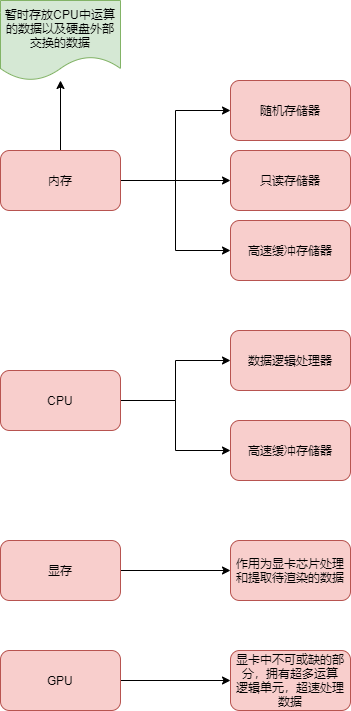
Earlier version of the draw.io export 未命名绘图.drawio.png (nikeoboy/mahjong). Source tidied: cells renumbered, new cells last; positions are measured from the earlier drawing's top-left corner, leaving out a move shared by most shapes.
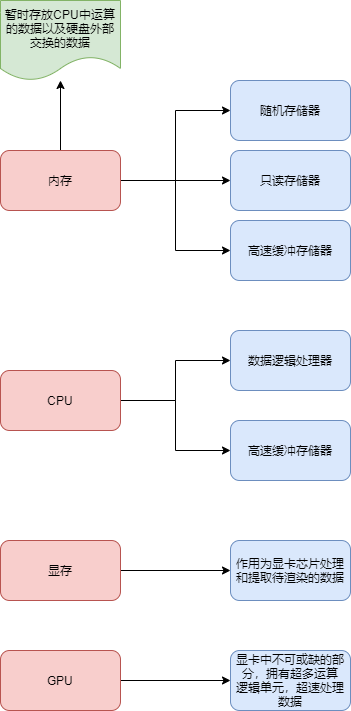
Later version of the same file.

Commit message:
更新未命名绘图.drawio.png

Change to the diagram source:
```diff
@@ -17,13 +17,13 @@
     <mxCell id="6" value="内存" style="rounded=1;whiteSpace=wrap;html=1;fillColor=#f8cecc;strokeColor=#b85450;" parent="1" vertex="1">
       <mxGeometry y="150" width="120" height="60" as="geometry" />
     </mxCell>
-    <mxCell id="7" value="随机存储器" style="rounded=1;whiteSpace=wrap;html=1;fillColor=#f8cecc;strokeColor=#b85450;" parent="1" vertex="1">
+    <mxCell id="7" value="随机存储器" style="rounded=1;whiteSpace=wrap;html=1;fillColor=#dae8fc;strokeColor=#6c8ebf;" parent="1" vertex="1">
       <mxGeometry x="230" y="80" width="120" height="60" as="geometry" />
     </mxCell>
-    <mxCell id="8" value="只读存储器" style="rounded=1;whiteSpace=wrap;html=1;fillColor=#f8cecc;strokeColor=#b85450;" parent="1" vertex="1">
+    <mxCell id="8" value="只读存储器" style="rounded=1;whiteSpace=wrap;html=1;fillColor=#dae8fc;strokeColor=#6c8ebf;" parent="1" vertex="1">
       <mxGeometry x="230" y="150" width="120" height="60" as="geometry" />
     </mxCell>
-    <mxCell id="9" value="高速缓冲存储器" style="rounded=1;whiteSpace=wrap;html=1;fillColor=#f8cecc;strokeColor=#b85450;" parent="1" vertex="1">
+    <mxCell id="9" value="高速缓冲存储器" style="rounded=1;whiteSpace=wrap;html=1;fillColor=#dae8fc;strokeColor=#6c8ebf;" parent="1" vertex="1">
       <mxGeometry x="230" y="220" width="120" height="60" as="geometry" />
     </mxCell>
     <mxCell id="10" style="edgeStyle=orthogonalEdgeStyle;rounded=0;jettySize=auto;html=1;" parent="1" edge="1" source="12" target="13">
@@ -35,10 +35,10 @@
     <mxCell id="12" value="CPU" style="rounded=1;whiteSpace=wrap;html=1;fillColor=#f8cecc;strokeColor=#b85450;" parent="1" vertex="1">
       <mxGeometry y="370" width="120" height="60" as="geometry" />
     </mxCell>
-    <mxCell id="13" value="数据逻辑处理器" style="rounded=1;whiteSpace=wrap;html=1;fillColor=#f8cecc;strokeColor=#b85450;" parent="1" vertex="1">
+    <mxCell id="13" value="数据逻辑处理器" style="rounded=1;whiteSpace=wrap;html=1;fillColor=#dae8fc;strokeColor=#6c8ebf;" parent="1" vertex="1">
       <mxGeometry x="230" y="330" width="120" height="60" as="geometry" />
     </mxCell>
-    <mxCell id="14" value="高速缓冲存储器" style="rounded=1;whiteSpace=wrap;html=1;fillColor=#f8cecc;strokeColor=#b85450;" parent="1" vertex="1">
+    <mxCell id="14" value="高速缓冲存储器" style="rounded=1;whiteSpace=wrap;html=1;fillColor=#dae8fc;strokeColor=#6c8ebf;" parent="1" vertex="1">
       <mxGeometry x="230" y="420" width="120" height="60" as="geometry" />
     </mxCell>
     <mxCell id="15" style="edgeStyle=orthogonalEdgeStyle;rounded=0;jettySize=auto;html=1;" parent="1" edge="1" source="16" target="17">
@@ -47,7 +47,7 @@
     <mxCell id="16" value="显存" style="rounded=1;whiteSpace=wrap;html=1;fillColor=#f8cecc;strokeColor=#b85450;" parent="1" vertex="1">
       <mxGeometry y="540" width="120" height="60" as="geometry" />
     </mxCell>
-    <mxCell id="17" value="作用为显卡芯片处理和提取待渲染的数据" style="rounded=1;whiteSpace=wrap;html=1;fillColor=#f8cecc;strokeColor=#b85450;" parent="1" vertex="1">
+    <mxCell id="17" value="作用为显卡芯片处理和提取待渲染的数据" style="rounded=1;whiteSpace=wrap;html=1;fillColor=#dae8fc;strokeColor=#6c8ebf;" parent="1" vertex="1">
       <mxGeometry x="230" y="540" width="120" height="60" as="geometry" />
     </mxCell>
     <mxCell id="18" style="edgeStyle=orthogonalEdgeStyle;rounded=0;jettySize=auto;html=1;" parent="1" edge="1" source="19" target="20">
@@ -56,7 +56,7 @@
     <mxCell id="19" value="GPU" style="rounded=1;whiteSpace=wrap;html=1;fillColor=#f8cecc;strokeColor=#b85450;" parent="1" vertex="1">
       <mxGeometry y="650" width="120" height="60" as="geometry" />
     </mxCell>
-    <mxCell id="20" value="显卡中不可或缺的部分，拥有超多运算&lt;br&gt;逻辑单元，超速处理数据" style="rounded=1;whiteSpace=wrap;html=1;fillColor=#f8cecc;strokeColor=#b85450;" parent="1" vertex="1">
+    <mxCell id="20" value="显卡中不可或缺的部分，拥有超多运算&lt;br&gt;逻辑单元，超速处理数据" style="rounded=1;whiteSpace=wrap;html=1;fillColor=#dae8fc;strokeColor=#6c8ebf;" parent="1" vertex="1">
       <mxGeometry x="230" y="650" width="120" height="60" as="geometry" />
     </mxCell>
     <mxCell id="21" value="暂时存放CPU中运算的数据以及硬盘外部交换的数据" style="shape=document;whiteSpace=wrap;html=1;boundedLbl=1;fillColor=#d5e8d4;strokeColor=#82b366;rounded=1;" parent="1" vertex="1">
```
